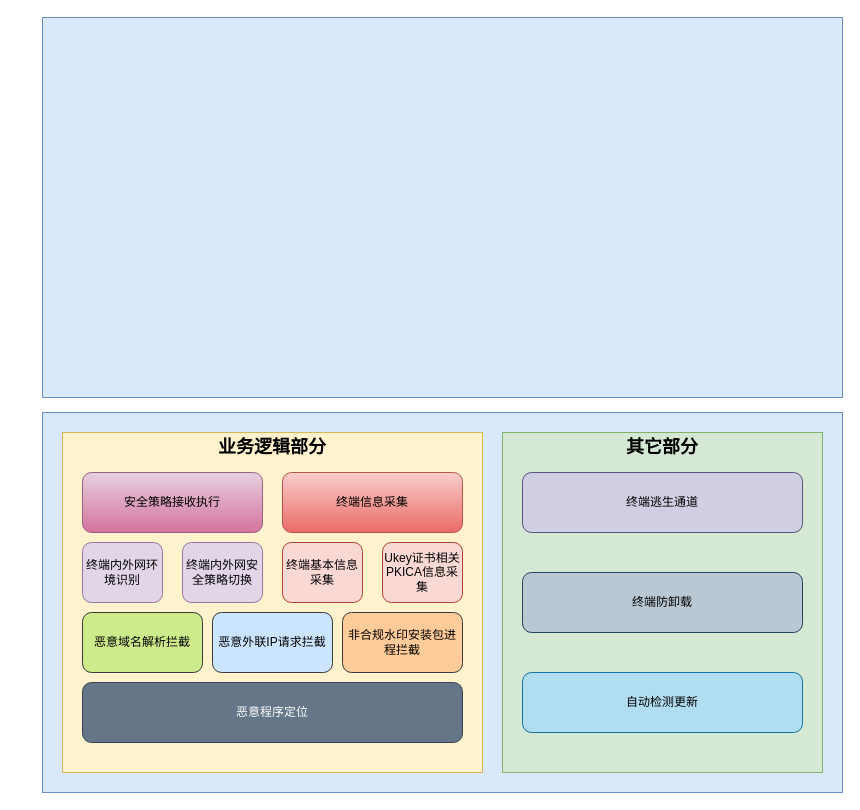
raingnight/Blog_Pic keeps this draw.io diagram as drawio/DNS1.drawio. Above is the earlier version. Source tidied: cells renumbered, new cells numbered last; positions are measured from the earlier drawing's top-left corner, leaving out a move shared by most shapes. Both pictures are drawn from the tidied source at 100%, with x=0, y=0 at pixel (42, 17).
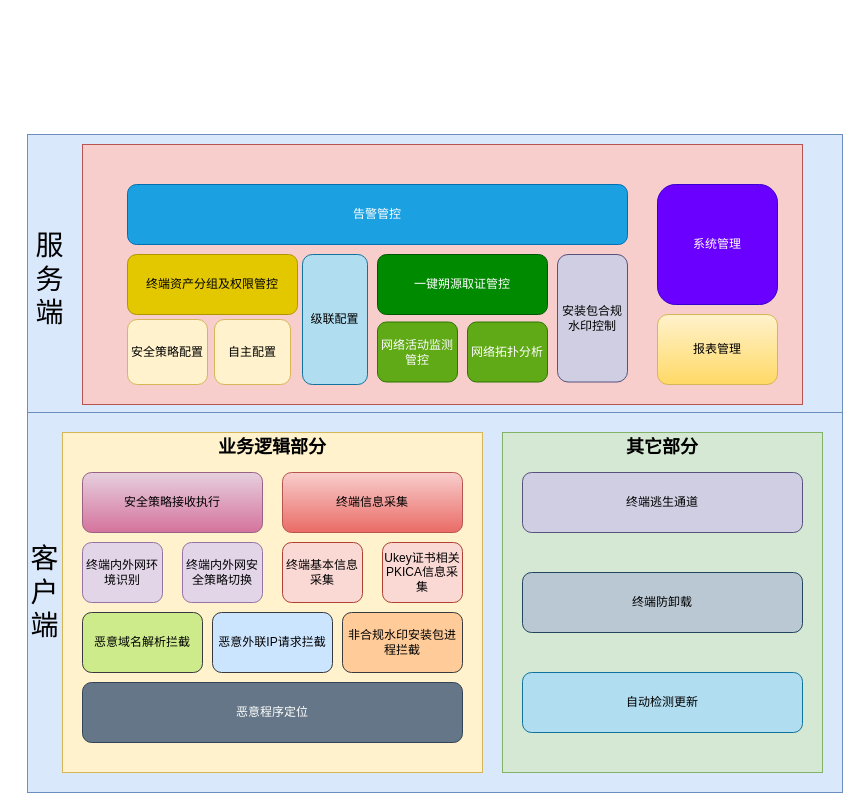
The same diagram, later.

The edit, as a diff of the source:
```diff
@@
+    <mxCell id="20" style="rounded=0;whiteSpace=wrap;html=1;fillColor=#dae8fc;strokeColor=#6c8ebf;" parent="1" vertex="1">
+      <mxGeometry x="-15" y="117" width="815" height="278" as="geometry" />
+    </mxCell>
+    <mxCell id="21" style="rounded=0;whiteSpace=wrap;html=1;fillColor=#f8cecc;strokeColor=#b85450;" parent="1" vertex="1">
+      <mxGeometry x="40" y="127" width="720" height="260" as="geometry" />
+    </mxCell>
     <mxCell id="2" style="rounded=0;whiteSpace=wrap;html=1;fillColor=#dae8fc;strokeColor=#6c8ebf;" parent="1" vertex="1">
-      <mxGeometry y="395" width="800" height="380" as="geometry" />
+      <mxGeometry x="-15" y="395" width="815" height="380" as="geometry" />
     </mxCell>
@@
-    <mxCell id="20" style="rounded=0;whiteSpace=wrap;html=1;fillColor=#dae8fc;strokeColor=#6c8ebf;" parent="1" vertex="1">
-      <mxGeometry width="800" height="380" as="geometry" />
-    </mxCell>
+    <mxCell id="22" value="级联配置" style="rounded=1;whiteSpace=wrap;html=1;fillColor=#b1ddf0;strokeColor=#10739e;" parent="1" vertex="1">
+      <mxGeometry x="260" y="237" width="65" height="130" as="geometry" />
+    </mxCell>
+    <mxCell id="23" value="安全策略配置" style="rounded=1;whiteSpace=wrap;html=1;fillColor=#fff2cc;strokeColor=#d6b656;" parent="1" vertex="1">
+      <mxGeometry x="85" y="302" width="80" height="65" as="geometry" />
+    </mxCell>
+    <mxCell id="24" value="自主配置" style="rounded=1;whiteSpace=wrap;html=1;fillColor=#fff2cc;strokeColor=#d6b656;" parent="1" vertex="1">
+      <mxGeometry x="172" y="302" width="76" height="65" as="geometry" />
+    </mxCell>
+    <mxCell id="25" value="终端资产分组及权限管控" style="rounded=1;whiteSpace=wrap;html=1;fillColor=#e3c800;strokeColor=#B09500;fontColor=#000000;" parent="1" vertex="1">
+      <mxGeometry x="85" y="237" width="170" height="60" as="geometry" />
+    </mxCell>
+    <mxCell id="26" value="告警管控" style="rounded=1;whiteSpace=wrap;html=1;fillColor=#1ba1e2;strokeColor=#006EAF;fontColor=#ffffff;" parent="1" vertex="1">
+      <mxGeometry x="85" y="167" width="500" height="60" as="geometry" />
+    </mxCell>
+    <mxCell id="27" value="报表管理" style="rounded=1;whiteSpace=wrap;html=1;fillColor=#fff2cc;gradientColor=#ffd966;strokeColor=#d6b656;" parent="1" vertex="1">
+      <mxGeometry x="615" y="297" width="120" height="70" as="geometry" />
+    </mxCell>
+    <mxCell id="28" value="网络拓扑分析" style="rounded=1;whiteSpace=wrap;html=1;fillColor=#60a917;strokeColor=#2D7600;fontColor=#ffffff;" parent="1" vertex="1">
+      <mxGeometry x="425" y="304.5" width="80" height="60" as="geometry" />
+    </mxCell>
+    <mxCell id="29" value="安装包合规水印控制" style="rounded=1;whiteSpace=wrap;html=1;fillColor=#d0cee2;strokeColor=#56517e;" parent="1" vertex="1">
+      <mxGeometry x="515" y="237" width="70" height="127.5" as="geometry" />
+    </mxCell>
+    <mxCell id="30" value="一键朔源取证管控" style="rounded=1;whiteSpace=wrap;html=1;fillColor=#008a00;fontColor=#ffffff;strokeColor=#005700;" parent="1" vertex="1">
+      <mxGeometry x="335" y="237" width="170" height="60" as="geometry" />
+    </mxCell>
+    <mxCell id="31" value="系统管理" style="rounded=1;whiteSpace=wrap;html=1;fillColor=#6a00ff;strokeColor=#3700CC;fontColor=#ffffff;" parent="1" vertex="1">
+      <mxGeometry x="615" y="167" width="120" height="120" as="geometry" />
+    </mxCell>
+    <mxCell id="32" value="网络活动监测管控" style="rounded=1;whiteSpace=wrap;html=1;fillColor=#60a917;strokeColor=#2D7600;fontColor=#ffffff;" parent="1" vertex="1">
+      <mxGeometry x="335" y="304.5" width="80" height="60" as="geometry" />
+    </mxCell>
+    <mxCell id="33" value="服务端" style="text;html=1;strokeColor=none;fillColor=none;align=center;verticalAlign=middle;whiteSpace=wrap;rounded=0;fontSize=28;" parent="1" vertex="1">
+      <mxGeometry x="-20" y="222" width="55" height="80" as="geometry" />
+    </mxCell>
+    <mxCell id="34" value="客户端" style="text;html=1;strokeColor=none;fillColor=none;align=center;verticalAlign=middle;whiteSpace=wrap;rounded=0;fontSize=28;" parent="1" vertex="1">
+      <mxGeometry x="-25" y="535" width="55" height="80" as="geometry" />
+    </mxCell>
```
